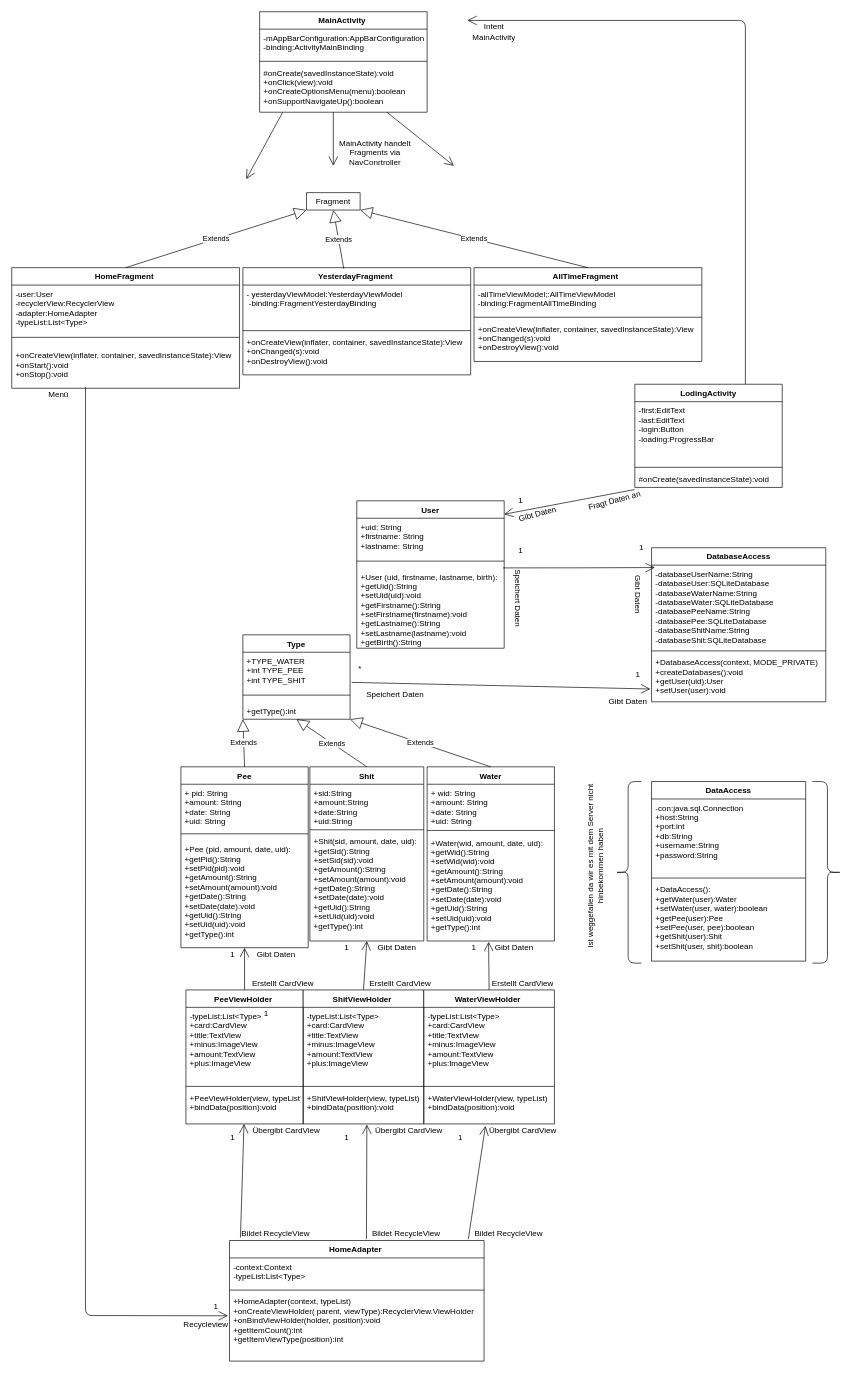
This is Diagramme/Copy of Klassendiagramm.drawio from olisonsturm/LifestyleTracker, a draw.io file, before an edit. Source tidied: cells renumbered, new cells numbered last; positions are measured from the earlier drawing's top-left corner, leaving out a move shared by most shapes. Both pictures are drawn from the tidied source at 67%, with x=0, y=0 at pixel (11, 11).
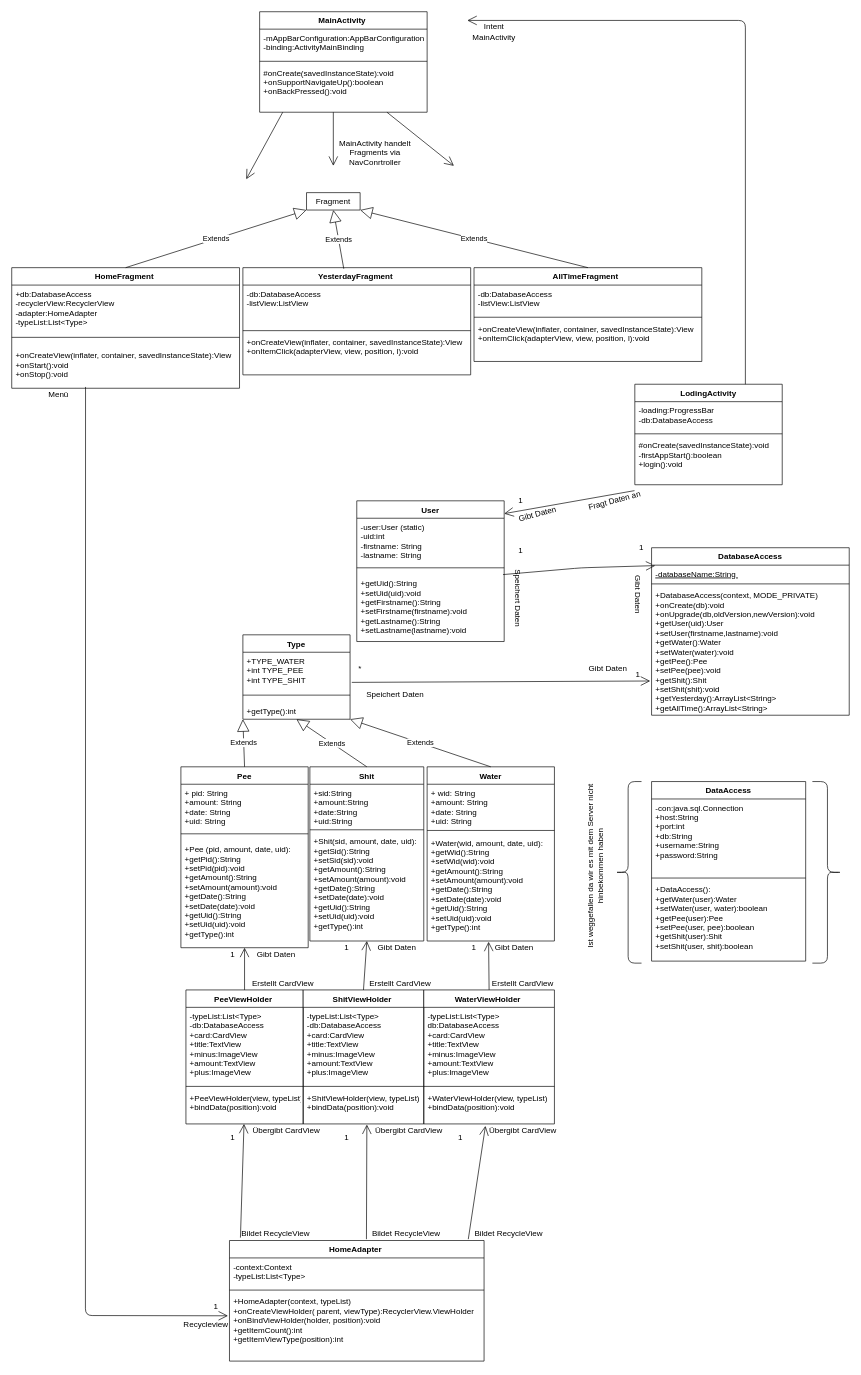
After the change.

The change refers to these unchanged cells:
```xml
<mxCell id="22" value=" PeeViewHolder " style="swimlane;fontStyle=1;align=center;verticalAlign=top;horizontal=1;startSize=26;" parent="1" vertex="1">
  <mxGeometry x="260" y="1460" width="175" height="200" as="geometry" />
</mxCell>
<mxCell id="26" value="ShitViewHolder " style="swimlane;fontStyle=1;align=center;verticalAlign=top;horizontal=1;startSize=26;" parent="1" vertex="1">
  <mxGeometry x="435" y="1460" width="180" height="200" as="geometry" />
</mxCell>
<mxCell id="30" value="WaterViewHolder " style="swimlane;fontStyle=1;align=center;verticalAlign=top;horizontal=1;startSize=26;" parent="1" vertex="1">
  <mxGeometry x="615" y="1460" width="195" height="200" as="geometry" />
</mxCell>
<mxCell id="34" value="MainActivity " style="swimlane;fontStyle=1;align=center;verticalAlign=top;horizontal=1;startSize=26;" parent="1" vertex="1">
  <mxGeometry x="370" width="250" height="150" as="geometry" />
</mxCell>
<mxCell id="38" value="AllTimeFragment  " style="swimlane;fontStyle=1;align=center;verticalAlign=top;horizontal=1;startSize=26;" parent="1" vertex="1">
  <mxGeometry x="690" y="382" width="340" height="140" as="geometry" />
</mxCell>
<mxCell id="42" value="HomeFragment " style="swimlane;fontStyle=1;align=center;verticalAlign=top;horizontal=1;startSize=26;" parent="1" vertex="1">
  <mxGeometry y="382" width="340" height="180" as="geometry" />
</mxCell>
<mxCell id="46" value="YesterdayFragment " style="swimlane;fontStyle=1;align=center;verticalAlign=top;horizontal=1;startSize=26;" parent="1" vertex="1">
  <mxGeometry x="345" y="382" width="340" height="160" as="geometry" />
</mxCell>
```

Change to the diagram source:
```diff
@@
-    <mxCell id="23" value="-typeList:List&lt;Type&gt;&#10;+card:CardView&#10;+title:TextView&#10;+minus:ImageView&#10;+amount:TextView &#10;+plus:ImageView" style="text;strokeColor=none;fillColor=none;align=left;verticalAlign=top;spacingLeft=4;spacingRight=4;overflow=hidden;" parent="22" vertex="1">
+    <mxCell id="23" value="-typeList:List&lt;Type&gt;&#10;-db:DatabaseAccess &#10;+card:CardView&#10;+title:TextView&#10;+minus:ImageView&#10;+amount:TextView &#10;+plus:ImageView" style="text;strokeColor=none;fillColor=none;align=left;verticalAlign=top;spacingLeft=4;spacingRight=4;overflow=hidden;" parent="22" vertex="1">
       <mxGeometry y="26" width="175" height="114" as="geometry" />
     </mxCell>
@@
-    <mxCell id="27" value="-typeList:List&lt;Type&gt;&#10;+card:CardView&#10;+title:TextView&#10;+minus:ImageView&#10;+amount:TextView &#10;+plus:ImageView" style="text;strokeColor=none;fillColor=none;align=left;verticalAlign=top;spacingLeft=4;spacingRight=4;overflow=hidden;" parent="26" vertex="1">
+    <mxCell id="27" value="-typeList:List&lt;Type&gt;&#10;-db:DatabaseAccess &#10;+card:CardView&#10;+title:TextView&#10;+minus:ImageView&#10;+amount:TextView &#10;+plus:ImageView" style="text;strokeColor=none;fillColor=none;align=left;verticalAlign=top;spacingLeft=4;spacingRight=4;overflow=hidden;" parent="26" vertex="1">
       <mxGeometry y="26" width="180" height="114" as="geometry" />
     </mxCell>
@@
-    <mxCell id="31" value="-typeList:List&lt;Type&gt;&#10;+card:CardView&#10;+title:TextView&#10;+minus:ImageView&#10;+amount:TextView &#10;+plus:ImageView" style="text;strokeColor=none;fillColor=none;align=left;verticalAlign=top;spacingLeft=4;spacingRight=4;overflow=hidden;" parent="30" vertex="1">
+    <mxCell id="31" value="-typeList:List&lt;Type&gt;&#10;db:DatabaseAccess &#10;+card:CardView&#10;+title:TextView&#10;+minus:ImageView&#10;+amount:TextView &#10;+plus:ImageView" style="text;strokeColor=none;fillColor=none;align=left;verticalAlign=top;spacingLeft=4;spacingRight=4;overflow=hidden;" parent="30" vertex="1">
       <mxGeometry y="26" width="195" height="114" as="geometry" />
     </mxCell>
@@
-    <mxCell id="37" value="#onCreate(savedInstanceState):void&#10;+onClick(view):void&#10;+onCreateOptionsMenu(menu):boolean&#10;+onSupportNavigateUp():boolean&#10; " style="text;strokeColor=none;fillColor=none;align=left;verticalAlign=top;spacingLeft=4;spacingRight=4;overflow=hidden;" parent="34" vertex="1">
+    <mxCell id="37" value="#onCreate(savedInstanceState):void&#10;+onSupportNavigateUp():boolean &#10;+onBackPressed():void &#10; " style="text;strokeColor=none;fillColor=none;align=left;verticalAlign=top;spacingLeft=4;spacingRight=4;overflow=hidden;" parent="34" vertex="1">
       <mxGeometry y="78" width="250" height="72" as="geometry" />
     </mxCell>
@@
-    <mxCell id="39" value="-allTimeViewModel;:AllTimeViewModel &#10;-binding:FragmentAllTimeBinding " style="text;strokeColor=none;fillColor=none;align=left;verticalAlign=top;spacingLeft=4;spacingRight=4;overflow=hidden;" parent="38" vertex="1">
+    <mxCell id="39" value="-db:DatabaseAccess &#10;-listView:ListView" style="text;strokeColor=none;fillColor=none;align=left;verticalAlign=top;spacingLeft=4;spacingRight=4;overflow=hidden;" parent="38" vertex="1">
       <mxGeometry y="26" width="340" height="44" as="geometry" />
     </mxCell>
@@
-    <mxCell id="41" value="+onCreateView(inflater, container, savedInstanceState):View&#10;+onChanged(s):void&#10;+onDestroyView():void" style="text;strokeColor=none;fillColor=none;align=left;verticalAlign=top;spacingLeft=4;spacingRight=4;overflow=hidden;" parent="38" vertex="1">
+    <mxCell id="41" value="+onCreateView(inflater, container, savedInstanceState):View&#10;+onItemClick(adapterView, view, position, l):void" style="text;strokeColor=none;fillColor=none;align=left;verticalAlign=top;spacingLeft=4;spacingRight=4;overflow=hidden;" parent="38" vertex="1">
       <mxGeometry y="78" width="340" height="62" as="geometry" />
     </mxCell>
@@
-    <mxCell id="43" value="-user:User&#10;-recyclerView:RecyclerView&#10;-adapter:HomeAdapter&#10;-typeList:List&lt;Type&gt; " style="text;strokeColor=none;fillColor=none;align=left;verticalAlign=top;spacingLeft=4;spacingRight=4;overflow=hidden;" parent="42" vertex="1">
+    <mxCell id="43" value="+db:DatabaseAccess &#10;-recyclerView:RecyclerView&#10;-adapter:HomeAdapter&#10;-typeList:List&lt;Type&gt; " style="text;strokeColor=none;fillColor=none;align=left;verticalAlign=top;spacingLeft=4;spacingRight=4;overflow=hidden;" parent="42" vertex="1">
       <mxGeometry y="26" width="340" height="64" as="geometry" />
     </mxCell>
@@
-    <mxCell id="47" value="- yesterdayViewModel:YesterdayViewModel&#10; -binding:FragmentYesterdayBinding" style="text;strokeColor=none;fillColor=none;align=left;verticalAlign=top;spacingLeft=4;spacingRight=4;overflow=hidden;" parent="46" vertex="1">
+    <mxCell id="47" value="-db:DatabaseAccess &#10;-listView:ListView" style="text;strokeColor=none;fillColor=none;align=left;verticalAlign=top;spacingLeft=4;spacingRight=4;overflow=hidden;" parent="46" vertex="1">
       <mxGeometry y="26" width="340" height="64" as="geometry" />
     </mxCell>
@@
-    <mxCell id="49" value="+onCreateView(inflater, container, savedInstanceState):View&#10;+onChanged(s):void&#10;+onDestroyView():void" style="text;strokeColor=none;fillColor=none;align=left;verticalAlign=top;spacingLeft=4;spacingRight=4;overflow=hidden;" parent="46" vertex="1">
+    <mxCell id="49" value="+onCreateView(inflater, container, savedInstanceState):View&#10;+onItemClick(adapterView, view, position, l):void" style="text;strokeColor=none;fillColor=none;align=left;verticalAlign=top;spacingLeft=4;spacingRight=4;overflow=hidden;" parent="46" vertex="1">
       <mxGeometry y="98" width="340" height="62" as="geometry" />
     </mxCell>
@@
     <mxCell id="54" value="LodingActivity" style="swimlane;fontStyle=1;align=center;verticalAlign=top;horizontal=1;startSize=26;" parent="1" vertex="1">
-      <mxGeometry x="930" y="556" width="220" height="154" as="geometry" />
+      <mxGeometry x="930" y="556" width="220" height="150" as="geometry" />
     </mxCell>
-    <mxCell id="55" value="-first:EditText&#10;-last:EditText &#10;-login:Button &#10;-loading:ProgressBar " style="text;strokeColor=none;fillColor=none;align=left;verticalAlign=top;spacingLeft=4;spacingRight=4;overflow=hidden;" parent="54" vertex="1">
-      <mxGeometry y="26" width="220" height="94" as="geometry" />
+    <mxCell id="55" value="-loading:ProgressBar &#10;-db:DatabaseAccess" style="text;strokeColor=none;fillColor=none;align=left;verticalAlign=top;spacingLeft=4;spacingRight=4;overflow=hidden;" parent="54" vertex="1">
+      <mxGeometry y="26" width="220" height="44" as="geometry" />
     </mxCell>
     <mxCell id="56" style="line;strokeWidth=1;fillColor=none;align=left;verticalAlign=middle;spacingTop=-1;spacingLeft=3;spacingRight=3;labelPosition=right;" parent="54" vertex="1">
-      <mxGeometry y="120" width="220" height="8" as="geometry" />
+      <mxGeometry y="70" width="220" height="8" as="geometry" />
     </mxCell>
-    <mxCell id="57" value="#onCreate(savedInstanceState):void" style="text;strokeColor=none;fillColor=none;align=left;verticalAlign=top;spacingLeft=4;spacingRight=4;overflow=hidden;points=[[0,0.5],[1,0.5]];portConstraint=eastwest;" parent="54" vertex="1">
-      <mxGeometry y="128" width="220" height="26" as="geometry" />
+    <mxCell id="57" value="#onCreate(savedInstanceState):void&#10;-firstAppStart():boolean&#10;+login():void" style="text;strokeColor=none;fillColor=none;align=left;verticalAlign=top;spacingLeft=4;spacingRight=4;overflow=hidden;points=[[0,0.5],[1,0.5]];portConstraint=eastwest;" parent="54" vertex="1">
+      <mxGeometry y="78" width="220" height="72" as="geometry" />
     </mxCell>
@@
-    <mxCell id="71" value="1" style="text;html=1;strokeColor=none;fillColor=none;align=center;verticalAlign=middle;whiteSpace=wrap;rounded=0;" parent="1" vertex="1">
-      <mxGeometry x="360" y="1486" width="40" height="20" as="geometry" />
-    </mxCell>
@@
     <mxCell id="78" value="User" style="swimlane;fontStyle=1;align=center;verticalAlign=top;horizontal=1;startSize=26;" parent="1" vertex="1">
-      <mxGeometry x="515" y="730" width="220" height="220" as="geometry" />
+      <mxGeometry x="515" y="730" width="220" height="210" as="geometry" />
     </mxCell>
-    <mxCell id="79" value="+uid: String&#10;+firstname: String&#10;+lastname: String" style="text;strokeColor=none;fillColor=none;align=left;verticalAlign=top;spacingLeft=4;spacingRight=4;overflow=hidden;" parent="78" vertex="1">
-      <mxGeometry y="26" width="220" height="54" as="geometry" />
+    <mxCell id="79" value="-user:User (static)&#10;-uid:int&#10;-firstname: String&#10;-lastname: String" style="text;strokeColor=none;fillColor=none;align=left;verticalAlign=top;spacingLeft=4;spacingRight=4;overflow=hidden;" parent="78" vertex="1">
+      <mxGeometry y="26" width="220" height="64" as="geometry" />
     </mxCell>
     <mxCell id="80" style="line;strokeWidth=1;fillColor=none;align=left;verticalAlign=middle;spacingTop=-1;spacingLeft=3;spacingRight=3;labelPosition=right;" parent="78" vertex="1">
-      <mxGeometry y="80" width="220" height="20" as="geometry" />
+      <mxGeometry y="90" width="220" height="20" as="geometry" />
     </mxCell>
-    <mxCell id="81" value="+User (uid, firstname, lastname, birth):&#10;+getUid():String&#10;+setUid(uid):void&#10;+getFirstname():String&#10;+setFirstname(firstname):void&#10;+getLastname():String&#10;+setLastname(lastname):void&#10;+getBirth():String&#10;" style="text;strokeColor=none;fillColor=none;align=left;verticalAlign=top;spacingLeft=4;spacingRight=4;overflow=hidden;points=[[0,0.5],[1,0.5]];portConstraint=eastwest;" parent="78" vertex="1">
-      <mxGeometry y="100" width="220" height="120" as="geometry" />
+    <mxCell id="81" value="+getUid():String&#10;+setUid(uid):void&#10;+getFirstname():String&#10;+setFirstname(firstname):void&#10;+getLastname():String&#10;+setLastname(lastname):void&#10;" style="text;strokeColor=none;fillColor=none;align=left;verticalAlign=top;spacingLeft=4;spacingRight=4;overflow=hidden;points=[[0,0.5],[1,0.5]];portConstraint=eastwest;" parent="78" vertex="1">
+      <mxGeometry y="110" width="220" height="100" as="geometry" />
     </mxCell>
@@
     <mxCell id="90" value="Gibt Daten" style="text;html=1;strokeColor=none;fillColor=none;align=center;verticalAlign=middle;whiteSpace=wrap;rounded=0;" parent="1" vertex="1">
-      <mxGeometry x="880" y="1020" width="80" height="20" as="geometry" />
+      <mxGeometry x="850" y="970" width="80" height="20" as="geometry" />
     </mxCell>
@@
     <mxCell id="111" value="DatabaseAccess " style="swimlane;fontStyle=1;align=center;verticalAlign=top;horizontal=1;startSize=26;" parent="1" vertex="1">
-      <mxGeometry x="955" y="800" width="260" height="230" as="geometry" />
+      <mxGeometry x="955" y="800" width="295" height="250" as="geometry" />
     </mxCell>
-    <mxCell id="112" value="-databaseUserName:String&#10;-databaseUser:SQLiteDatabase &#10;-databaseWaterName:String&#10;-databaseWater:SQLiteDatabase &#10;-databasePeeName:String &#10;-databasePee:SQLiteDatabase&#10;-databaseShitName:String &#10;-databaseShit:SQLiteDatabase" style="text;strokeColor=none;fillColor=none;align=left;verticalAlign=top;spacingLeft=4;spacingRight=4;overflow=hidden;points=[[0,0.5],[1,0.5]];portConstraint=eastwest;" parent="111" vertex="1">
-      <mxGeometry y="26" width="260" height="124" as="geometry" />
+    <mxCell id="112" value="-databaseName:String " style="text;strokeColor=none;fillColor=none;align=left;verticalAlign=top;spacingLeft=4;spacingRight=4;overflow=hidden;points=[[0,0.5],[1,0.5]];portConstraint=eastwest;fontStyle=4;" parent="111" vertex="1">
+      <mxGeometry y="26" width="295" height="24" as="geometry" />
     </mxCell>
     <mxCell id="113" style="line;strokeWidth=1;fillColor=none;align=left;verticalAlign=middle;spacingTop=-1;spacingLeft=3;spacingRight=3;labelPosition=right;" parent="111" vertex="1">
-      <mxGeometry y="150" width="260" height="8" as="geometry" />
+      <mxGeometry y="50" width="295" height="8" as="geometry" />
     </mxCell>
-    <mxCell id="114" value="+DatabaseAccess(context, MODE_PRIVATE)&#10;+createDatabases():void&#10;+getUser(uid):User&#10;+setUser(user):void&#10;" style="text;strokeColor=none;fillColor=none;align=left;verticalAlign=top;spacingLeft=4;spacingRight=4;overflow=hidden;points=[[0,0.5],[1,0.5]];portConstraint=eastwest;" parent="111" vertex="1">
-      <mxGeometry y="158" width="260" height="72" as="geometry" />
+    <mxCell id="114" value="+DatabaseAccess(context, MODE_PRIVATE)&#10;+onCreate(db):void&#10;+onUpgrade(db,oldVersion,newVersion):void&#10;+getUser(uid):User&#10;+setUser(firstname,lastname):void&#10;+getWater():Water&#10;+setWater(water):void&#10;+getPee():Pee&#10;+setPee(pee):void&#10;+getShit():Shit&#10;+setShit(shit):void&#10;+getYesterday():ArrayList&lt;String&gt;&#10;+getAllTime():ArrayList&lt;String&gt; &#10;" style="text;strokeColor=none;fillColor=none;align=left;verticalAlign=top;spacingLeft=4;spacingRight=4;overflow=hidden;points=[[0,0.5],[1,0.5]];portConstraint=eastwest;" parent="111" vertex="1">
+      <mxGeometry y="58" width="295" height="192" as="geometry" />
     </mxCell>
```
